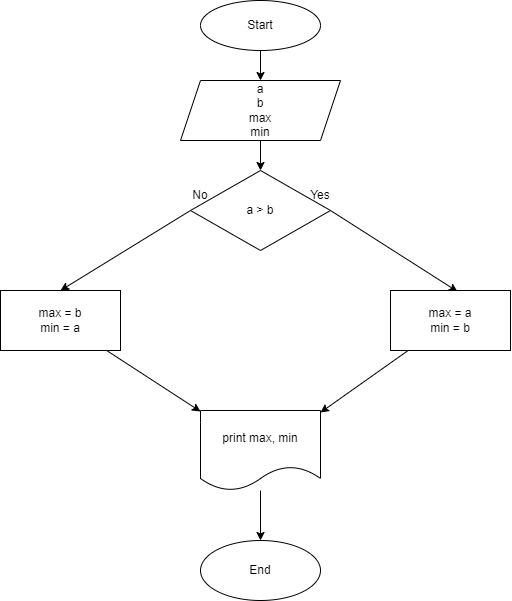
Above: Task2/block.drawio.png in Lucker238/C_HomeWork1 (draw.io), before the change. Source tidied: cells renumbered, new cells last; positions are measured from the earlier drawing's top-left corner, leaving out a move shared by most shapes.
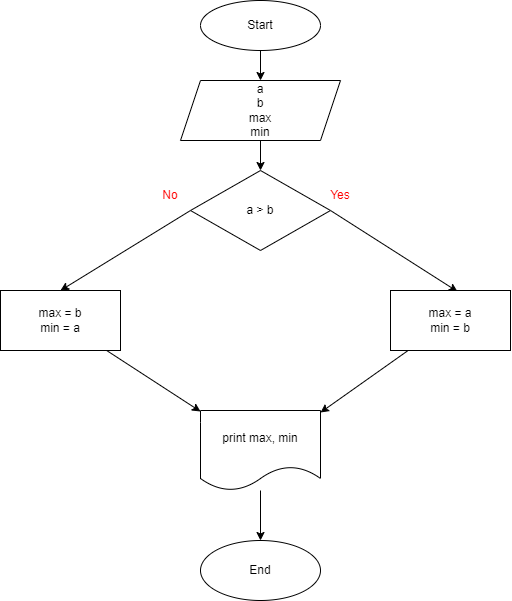
Later version of the same file.

What changed in the source:
```diff
@@ -44,11 +44,11 @@
     <mxCell id="15" value="End" style="ellipse;whiteSpace=wrap;html=1;" parent="1" vertex="1">
       <mxGeometry x="200" y="540" width="120" height="60" as="geometry" />
     </mxCell>
-    <mxCell id="16" value="Yes" style="text;html=1;strokeColor=none;fillColor=none;align=center;verticalAlign=middle;whiteSpace=wrap;rounded=0;" parent="1" vertex="1">
-      <mxGeometry x="290" y="180" width="60" height="30" as="geometry" />
+    <mxCell id="16" value="&lt;font color=&quot;#ff0000&quot;&gt;Yes&lt;/font&gt;" style="text;html=1;strokeColor=none;fillColor=none;align=center;verticalAlign=middle;whiteSpace=wrap;rounded=0;fontColor=#ffffff;" parent="1" vertex="1">
+      <mxGeometry x="310" y="180" width="60" height="30" as="geometry" />
     </mxCell>
-    <mxCell id="17" value="No" style="text;html=1;strokeColor=none;fillColor=none;align=center;verticalAlign=middle;whiteSpace=wrap;rounded=0;" parent="1" vertex="1">
-      <mxGeometry x="170" y="180" width="60" height="30" as="geometry" />
+    <mxCell id="17" value="&lt;font color=&quot;#ff0000&quot;&gt;No&lt;/font&gt;" style="text;html=1;strokeColor=none;fillColor=none;align=center;verticalAlign=middle;whiteSpace=wrap;rounded=0;fontColor=#ffffff;" parent="1" vertex="1">
+      <mxGeometry x="140" y="180" width="60" height="30" as="geometry" />
     </mxCell>
   </root>
 </mxGraphModel>
```
